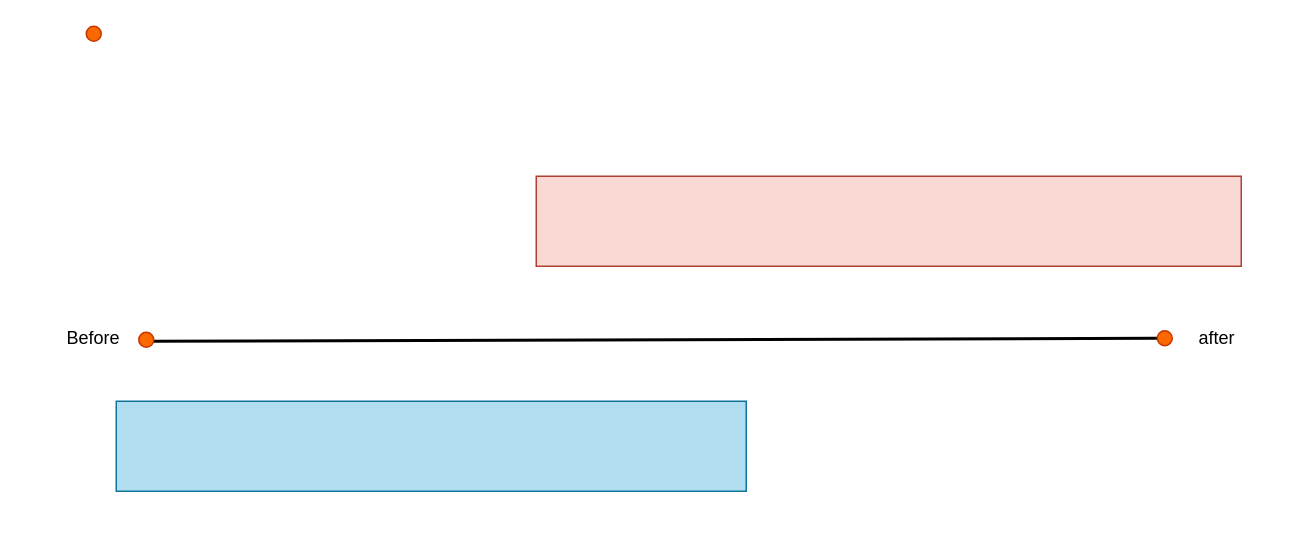
Above: page "Event Sequence" (2 of 3) of packages/lib/web/router/docs/design/event.dio in Shin-Ogata/fieldwork (draw.io), before the change. Source tidied: cells renumbered, new cells numbered last; positions are measured from the earlier drawing's top-left corner, leaving out a move shared by most shapes. Both pictures are drawn from the tidied source at 150%, with x=0, y=0 at pixel (48, 26).
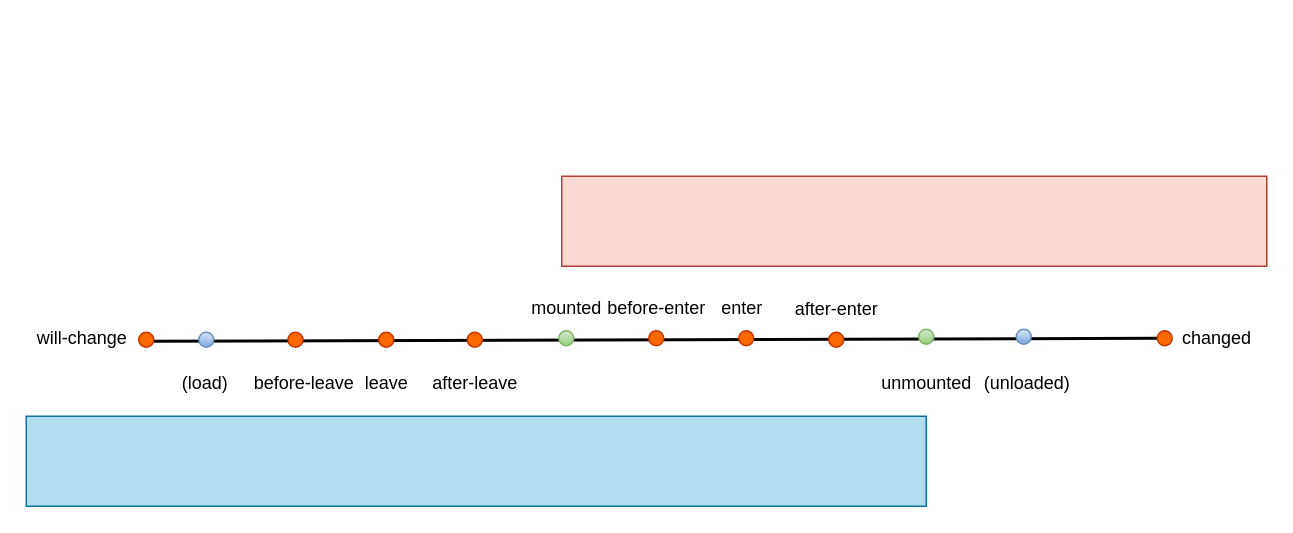
The same diagram, later.

What changed in the source:
```diff
@@
     <mxCell id="6" style="rounded=0;whiteSpace=wrap;html=1;fillColor=#b1ddf0;strokeColor=#10739e;" parent="1" vertex="1">
-      <mxGeometry x="45" y="250" width="420" height="60" as="geometry" />
+      <mxGeometry x="-15" y="260" width="600" height="60" as="geometry" />
     </mxCell>
     <mxCell id="7" style="rounded=0;whiteSpace=wrap;html=1;fillColor=#fad9d5;strokeColor=#ae4132;gradientColor=none;" parent="1" vertex="1">
-      <mxGeometry x="325" y="100" width="470" height="60" as="geometry" />
+      <mxGeometry x="342" y="100" width="470" height="60" as="geometry" />
     </mxCell>
-    <mxCell id="8" style="ellipse;whiteSpace=wrap;html=1;fillColor=#fa6800;fontColor=#000000;strokeColor=#C73500;" parent="1" vertex="1">
-      <mxGeometry x="25" width="10" height="10" as="geometry" />
+    <mxCell id="8" style="ellipse;whiteSpace=wrap;html=1;fillColor=#dae8fc;strokeColor=#6c8ebf;gradientColor=#7ea6e0;" parent="1" vertex="1">
+      <mxGeometry x="645" y="202" width="10" height="10" as="geometry" />
     </mxCell>
-    <mxCell id="9" value="Before" style="text;html=1;strokeColor=none;fillColor=none;align=center;verticalAlign=middle;whiteSpace=wrap;rounded=0;" parent="1" vertex="1">
-      <mxGeometry y="193" width="60" height="30" as="geometry" />
+    <mxCell id="9" value="will-change" style="text;html=1;strokeColor=none;fillColor=none;align=center;verticalAlign=middle;whiteSpace=wrap;rounded=0;" parent="1" vertex="1">
+      <mxGeometry x="-15" y="193" width="75" height="30" as="geometry" />
     </mxCell>
-    <mxCell id="10" value="after" style="text;html=1;strokeColor=none;fillColor=none;align=center;verticalAlign=middle;whiteSpace=wrap;rounded=0;" parent="1" vertex="1">
+    <mxCell id="10" value="changed" style="text;html=1;strokeColor=none;fillColor=none;align=center;verticalAlign=middle;whiteSpace=wrap;rounded=0;" parent="1" vertex="1">
       <mxGeometry x="749" y="193" width="60" height="30" as="geometry" />
     </mxCell>
+    <mxCell id="11" style="ellipse;whiteSpace=wrap;html=1;fillColor=#dae8fc;strokeColor=#6c8ebf;gradientColor=#7ea6e0;" parent="1" vertex="1">
+      <mxGeometry x="100" y="204" width="10" height="10" as="geometry" />
+    </mxCell>
+    <mxCell id="12" value="(load)" style="text;html=1;strokeColor=none;fillColor=none;align=center;verticalAlign=middle;whiteSpace=wrap;rounded=0;" parent="1" vertex="1">
+      <mxGeometry x="66.5" y="223" width="75" height="30" as="geometry" />
+    </mxCell>
+    <mxCell id="13" style="ellipse;whiteSpace=wrap;html=1;fillColor=#fa6800;fontColor=#000000;strokeColor=#C73500;" parent="1" vertex="1">
+      <mxGeometry x="159.5" y="204" width="10" height="10" as="geometry" />
+    </mxCell>
+    <mxCell id="14" value="before-leave" style="text;html=1;strokeColor=none;fillColor=none;align=center;verticalAlign=middle;whiteSpace=wrap;rounded=0;" parent="1" vertex="1">
+      <mxGeometry x="133" y="223" width="75" height="30" as="geometry" />
+    </mxCell>
+    <mxCell id="15" style="ellipse;whiteSpace=wrap;html=1;fillColor=#fa6800;fontColor=#000000;strokeColor=#C73500;" parent="1" vertex="1">
+      <mxGeometry x="220" y="204" width="10" height="10" as="geometry" />
+    </mxCell>
+    <mxCell id="16" value="leave" style="text;html=1;strokeColor=none;fillColor=none;align=center;verticalAlign=middle;whiteSpace=wrap;rounded=0;" parent="1" vertex="1">
+      <mxGeometry x="187.5" y="223" width="75" height="30" as="geometry" />
+    </mxCell>
+    <mxCell id="17" style="ellipse;whiteSpace=wrap;html=1;fillColor=#fa6800;fontColor=#000000;strokeColor=#C73500;" parent="1" vertex="1">
+      <mxGeometry x="279" y="204" width="10" height="10" as="geometry" />
+    </mxCell>
+    <mxCell id="18" value="after-leave" style="text;html=1;strokeColor=none;fillColor=none;align=center;verticalAlign=middle;whiteSpace=wrap;rounded=0;" parent="1" vertex="1">
+      <mxGeometry x="246.5" y="223" width="75" height="30" as="geometry" />
+    </mxCell>
+    <mxCell id="19" style="ellipse;whiteSpace=wrap;html=1;fillColor=#d5e8d4;strokeColor=#82b366;gradientColor=#97d077;" parent="1" vertex="1">
+      <mxGeometry x="340" y="203" width="10" height="10" as="geometry" />
+    </mxCell>
+    <mxCell id="20" value="mounted" style="text;html=1;strokeColor=none;fillColor=none;align=center;verticalAlign=middle;whiteSpace=wrap;rounded=0;" parent="1" vertex="1">
+      <mxGeometry x="307.5" y="173" width="75" height="30" as="geometry" />
+    </mxCell>
+    <mxCell id="21" style="ellipse;whiteSpace=wrap;html=1;fillColor=#fa6800;fontColor=#000000;strokeColor=#C73500;" parent="1" vertex="1">
+      <mxGeometry x="400" y="203" width="10" height="10" as="geometry" />
+    </mxCell>
+    <mxCell id="22" value="before-enter" style="text;html=1;strokeColor=none;fillColor=none;align=center;verticalAlign=middle;whiteSpace=wrap;rounded=0;" parent="1" vertex="1">
+      <mxGeometry x="367.5" y="173" width="75" height="30" as="geometry" />
+    </mxCell>
+    <mxCell id="23" style="ellipse;whiteSpace=wrap;html=1;fillColor=#fa6800;fontColor=#000000;strokeColor=#C73500;" parent="1" vertex="1">
+      <mxGeometry x="460" y="203" width="10" height="10" as="geometry" />
+    </mxCell>
+    <mxCell id="24" value="enter" style="text;html=1;strokeColor=none;fillColor=none;align=center;verticalAlign=middle;whiteSpace=wrap;rounded=0;" parent="1" vertex="1">
+      <mxGeometry x="425" y="173" width="75" height="30" as="geometry" />
+    </mxCell>
+    <mxCell id="25" style="ellipse;whiteSpace=wrap;html=1;fillColor=#fa6800;fontColor=#000000;strokeColor=#C73500;" parent="1" vertex="1">
+      <mxGeometry x="520" y="204" width="10" height="10" as="geometry" />
+    </mxCell>
+    <mxCell id="26" value="after-enter" style="text;html=1;strokeColor=none;fillColor=none;align=center;verticalAlign=middle;whiteSpace=wrap;rounded=0;" parent="1" vertex="1">
+      <mxGeometry x="487.5" y="174" width="75" height="30" as="geometry" />
+    </mxCell>
+    <mxCell id="27" style="ellipse;whiteSpace=wrap;html=1;fillColor=#d5e8d4;strokeColor=#82b366;gradientColor=#97d077;" parent="1" vertex="1">
+      <mxGeometry x="580" y="202" width="10" height="10" as="geometry" />
+    </mxCell>
+    <mxCell id="28" value="unmounted" style="text;html=1;strokeColor=none;fillColor=none;align=center;verticalAlign=middle;whiteSpace=wrap;rounded=0;" parent="1" vertex="1">
+      <mxGeometry x="547.5" y="223" width="75" height="30" as="geometry" />
+    </mxCell>
+    <mxCell id="29" value="(unloaded)" style="text;html=1;strokeColor=none;fillColor=none;align=center;verticalAlign=middle;whiteSpace=wrap;rounded=0;" parent="1" vertex="1">
+      <mxGeometry x="615" y="223" width="75" height="30" as="geometry" />
+    </mxCell>
```
